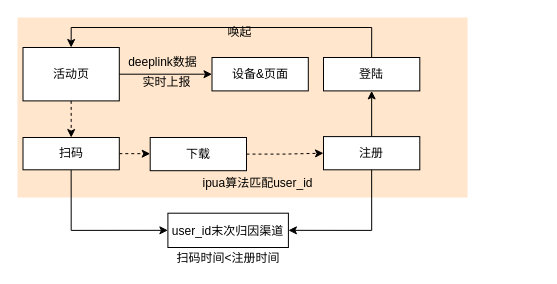
mineminemine123/work-wiki keeps this draw.io diagram as mt渠道.drawio. Above is the earlier version. Source tidied: cells renumbered, new cells numbered last; positions are measured from the earlier drawing's top-left corner, leaving out a move shared by most shapes. Both pictures are drawn from the tidied source at 100%, with x=0, y=0 at pixel (17, 17).
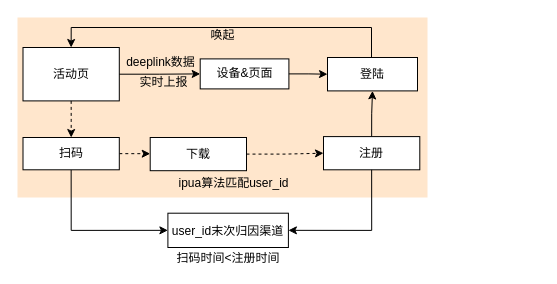
The same diagram, later.

The change refers to these unchanged cells:
```xml
<mxCell id="2" style="group;fontFamily=微软雅黑;" parent="1" vertex="1">
  <mxGeometry y="80" width="522.3" height="170" as="geometry" />
</mxCell>
<mxCell id="15" value="活动页" style="rounded=0;whiteSpace=wrap;html=1;fontFamily=微软雅黑;" parent="2" vertex="1">
  <mxGeometry x="5.5" y="-50" width="96.3" height="53.4" as="geometry" />
</mxCell>
```

The edit, as a diff of the source:
```diff
@@
     <mxCell id="4" style="rounded=0;whiteSpace=wrap;html=1;dashed=1;fontSize=14;fillColor=#ffe6cc;strokeColor=none;fontFamily=微软雅黑;" parent="2" vertex="1">
-      <mxGeometry y="-80" width="450" height="180" as="geometry" />
+      <mxGeometry y="-80" width="410" height="180" as="geometry" />
     </mxCell>
@@
     <mxCell id="10" value="&lt;font style=&quot;font-size: 12px;&quot;&gt;ipua算法匹配user_id&lt;/font&gt;" style="text;html=1;strokeColor=none;fillColor=none;align=center;verticalAlign=middle;whiteSpace=wrap;rounded=0;dashed=1;fontSize=14;fontFamily=微软雅黑;" parent="2" vertex="1">
-      <mxGeometry x="139.6" y="77.8" width="200.8" height="14.5" as="geometry" />
+      <mxGeometry x="116" y="77.8" width="200.8" height="14.5" as="geometry" />
     </mxCell>
@@
-    <mxCell id="17" value="设备&amp;amp;页面" style="rounded=0;whiteSpace=wrap;html=1;fontFamily=微软雅黑;" parent="2" vertex="1">
-      <mxGeometry x="194.5" y="-40" width="96.3" height="33.4" as="geometry" />
-    </mxCell>
-    <mxCell id="18" style="edgeStyle=orthogonalEdgeStyle;rounded=0;jettySize=auto;html=1;exitX=1;exitY=0.5;exitDx=0;exitDy=0;fontFamily=微软雅黑;" parent="2" edge="1" source="15" target="17">
-      <mxGeometry relative="1" as="geometry" />
-    </mxCell>
     <mxCell id="19" value="登陆" style="rounded=0;whiteSpace=wrap;html=1;fontFamily=微软雅黑;" parent="2" vertex="1">
-      <mxGeometry x="306" y="-40" width="96.3" height="33.4" as="geometry" />
+      <mxGeometry x="310" y="-40" width="90" height="33.4" as="geometry" />
     </mxCell>
@@
     <mxCell id="21" value="&lt;font&gt;实时上报&lt;/font&gt;" style="text;html=1;strokeColor=none;fillColor=none;align=center;verticalAlign=middle;whiteSpace=wrap;rounded=0;fontFamily=微软雅黑;" parent="2" vertex="1">
-      <mxGeometry x="116" y="-30" width="66.7" height="30" as="geometry" />
+      <mxGeometry x="113" y="-30" width="66.7" height="30" as="geometry" />
     </mxCell>
+    <mxCell id="17" value="设备&amp;amp;页面" style="rounded=0;whiteSpace=wrap;html=1;fontFamily=微软雅黑;" parent="2" vertex="1">
+      <mxGeometry x="182.7" y="-38.6" width="88.7" height="30" as="geometry" />
+    </mxCell>
+    <mxCell id="18" style="edgeStyle=orthogonalEdgeStyle;rounded=0;jettySize=auto;html=1;exitX=1;exitY=0.5;exitDx=0;exitDy=0;fontFamily=微软雅黑;" parent="2" edge="1" source="15" target="17">
+      <mxGeometry relative="1" as="geometry" />
+    </mxCell>
+    <mxCell id="24" style="edgeStyle=orthogonalEdgeStyle;rounded=0;jettySize=auto;html=1;exitX=1;exitY=0.5;exitDx=0;exitDy=0;" parent="2" edge="1" source="17" target="19">
+      <mxGeometry relative="1" as="geometry" />
+    </mxCell>
+    <mxCell id="23" value="deeplink数据" style="text;html=1;strokeColor=none;fillColor=none;align=center;verticalAlign=middle;whiteSpace=wrap;rounded=0;fontFamily=微软雅黑;" parent="1" vertex="1">
+      <mxGeometry x="104" y="30" width="78.5" height="30" as="geometry" />
+    </mxCell>
-    <mxCell id="22" value="唤起" style="text;html=1;strokeColor=none;fillColor=none;align=center;verticalAlign=middle;whiteSpace=wrap;rounded=0;fontFamily=微软雅黑;" parent="2" vertex="1">
-      <mxGeometry x="182.7" y="-80" width="78.5" height="30" as="geometry" />
+    <mxCell id="22" value="唤起" style="text;html=1;strokeColor=none;fillColor=none;align=center;verticalAlign=middle;whiteSpace=wrap;rounded=0;fontFamily=微软雅黑;" parent="1" vertex="1">
+      <mxGeometry x="166" y="3" width="78.5" height="30" as="geometry" />
     </mxCell>
-    <mxCell id="23" value="deeplink数据" style="text;html=1;strokeColor=none;fillColor=none;align=center;verticalAlign=middle;whiteSpace=wrap;rounded=0;fontFamily=微软雅黑;" parent="1" vertex="1">
-      <mxGeometry x="106" y="30" width="78.5" height="30" as="geometry" />
-    </mxCell>
```
